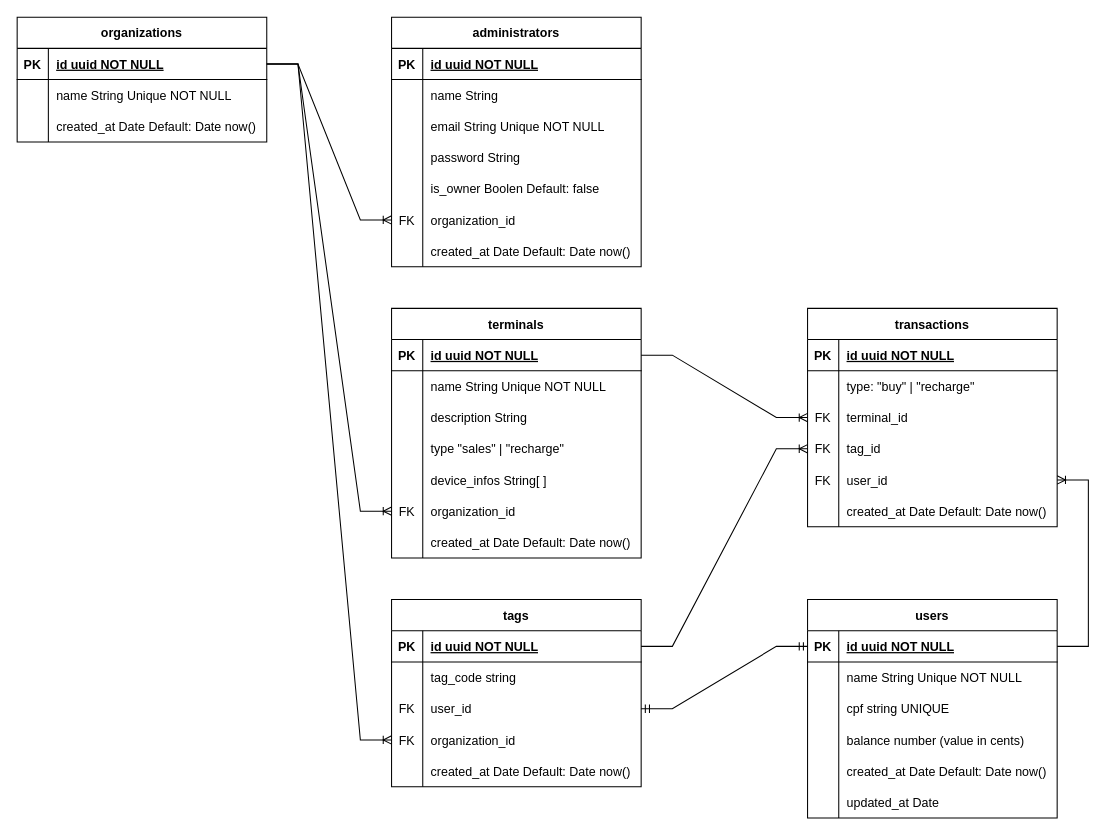
gabrieldouurado/draw.io-reposotory keeps this draw.io diagram as Diagrama sem nome.drawio. Above is the earlier version. Source tidied: cells renumbered, new cells numbered last; positions are measured from the earlier drawing's top-left corner, leaving out a move shared by most shapes. Both pictures are drawn from the tidied source at 104%, with x=0, y=0 at pixel (17, 17).
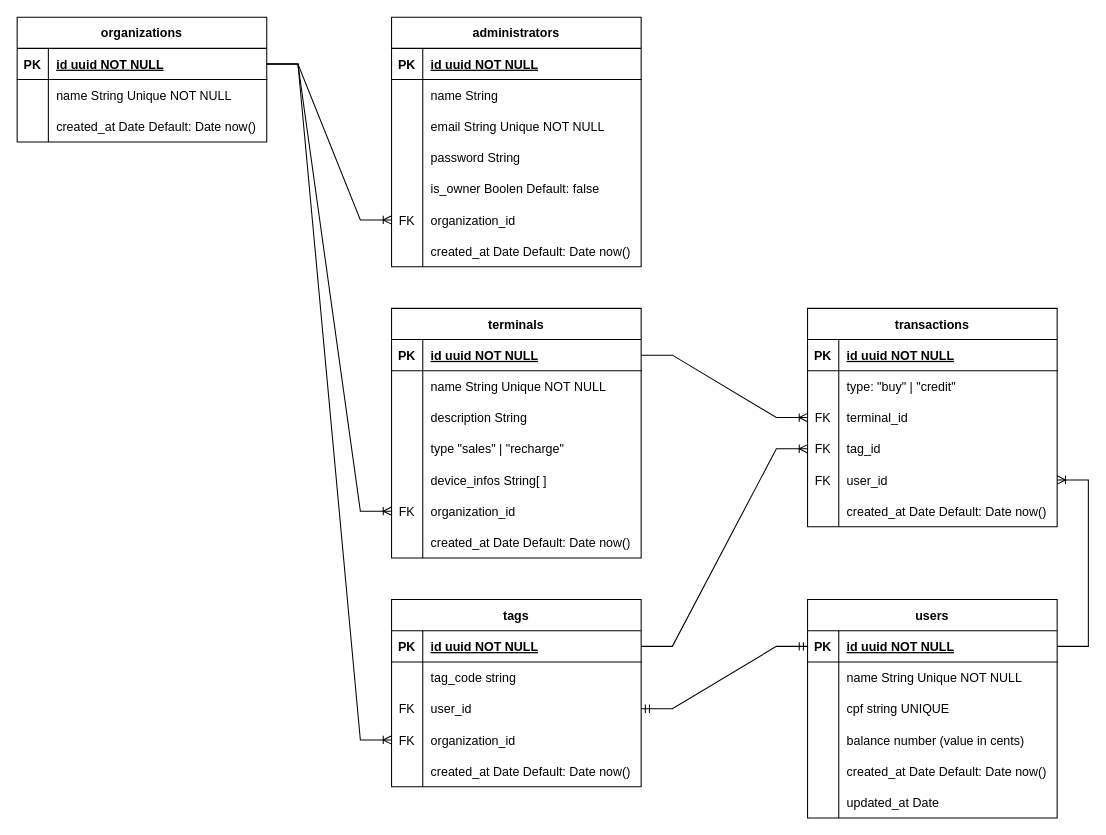
After the change.

The change refers to these unchanged cells:
```xml
<mxCell id="99" style="shape=tableRow;horizontal=0;startSize=0;swimlaneHead=0;swimlaneBody=0;fillColor=none;top=0;left=0;right=0;bottom=0;" parent="95" vertex="1">
  <mxGeometry y="60" width="240" height="30" as="geometry" />
</mxCell>
```

The edit, as a diff of the source:
```diff
@@
-    <mxCell id="101" value="type: &quot;buy&quot; | &quot;recharge&quot;" style="shape=partialRectangle;fillColor=none;top=0;left=0;bottom=0;right=0;align=left;spacingLeft=6;overflow=hidden;" parent="99" vertex="1">
+    <mxCell id="101" value="type: &quot;buy&quot; | &quot;credit&quot;" style="shape=partialRectangle;fillColor=none;top=0;left=0;bottom=0;right=0;align=left;spacingLeft=6;overflow=hidden;" parent="99" vertex="1">
       <mxGeometry x="30" width="210" height="30" as="geometry" />
     </mxCell>
```
